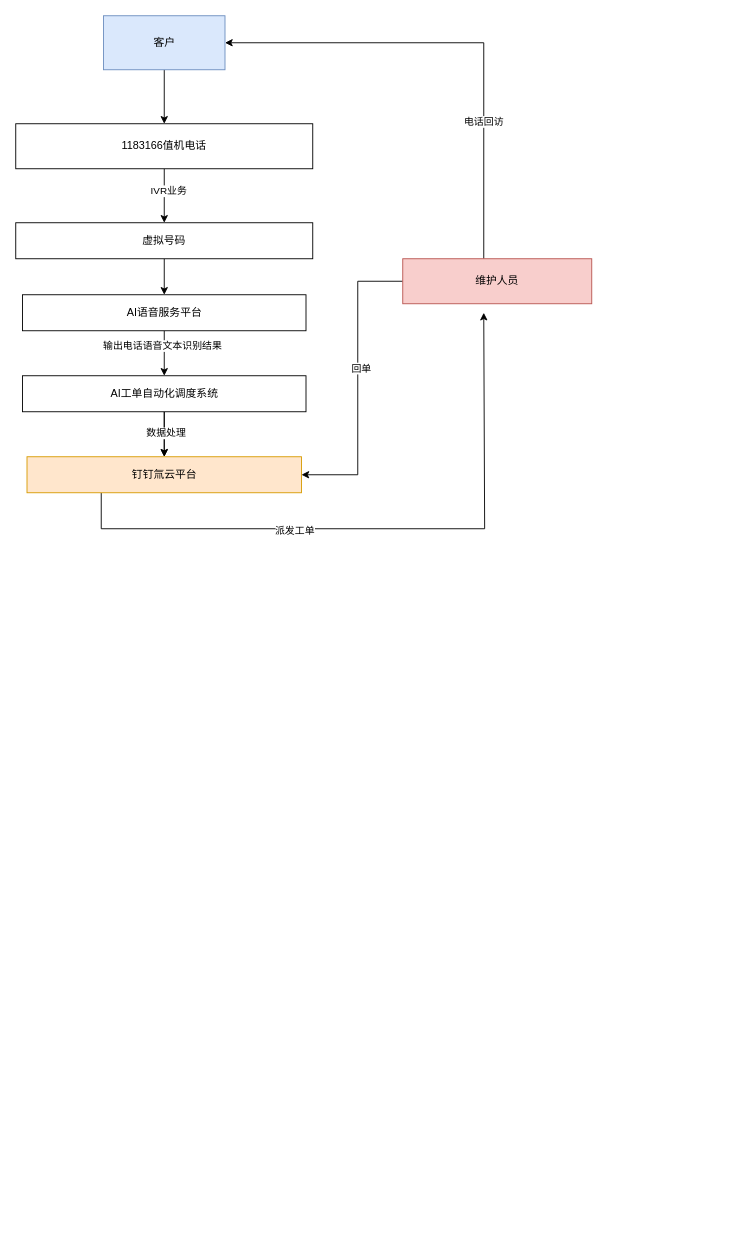
The draw.io diagram AI工单自动化调度系统.drawio in lvpv/atlas, before the edit. Source tidied: cells renumbered, new cells numbered last; positions are measured from the earlier drawing's top-left corner, leaving out a move shared by most shapes. Both pictures are drawn from the tidied source at 90%, with x=0, y=0 at pixel (15, 15).
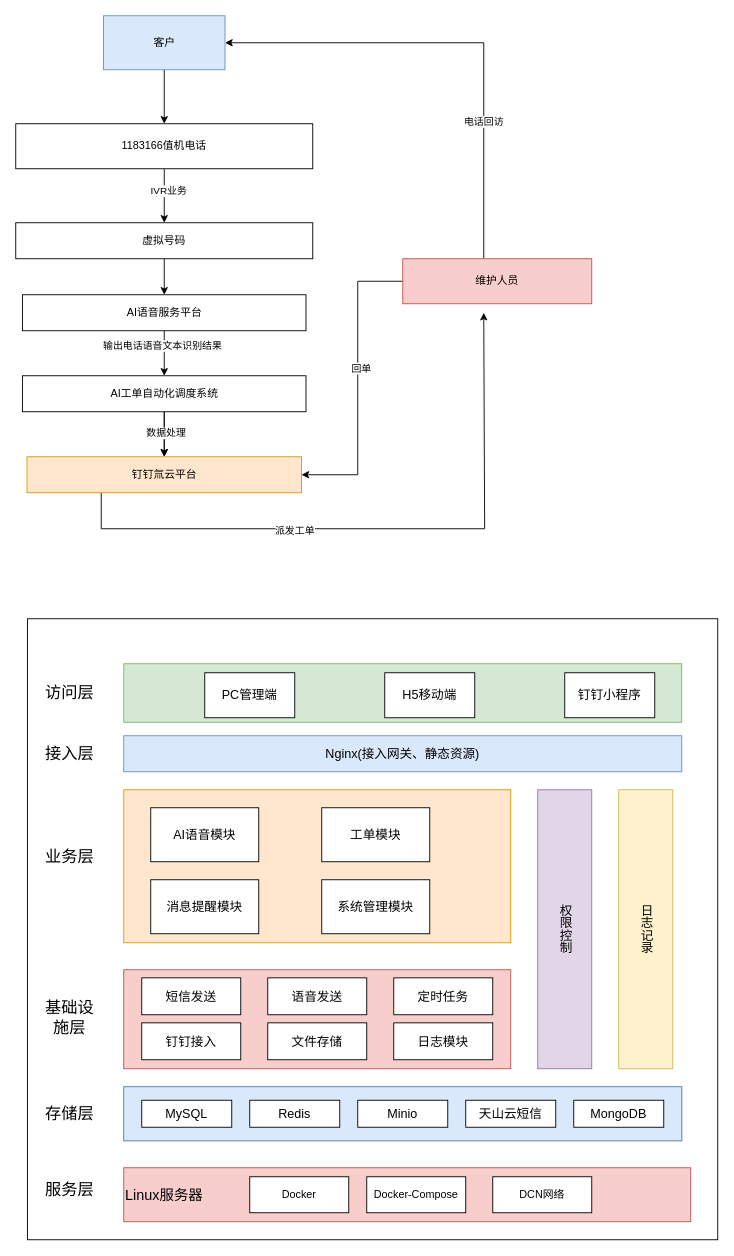
After the change.

Commit message:
更新AI工单自动化调度系统.drawio

What changed in the source:
```diff
@@
+    <mxCell id="24" style="rounded=0;whiteSpace=wrap;html=1;" parent="1" vertex="1">
+      <mxGeometry x="13" y="670" width="767" height="690" as="geometry" />
+    </mxCell>
@@
+    <mxCell id="25" style="rounded=0;whiteSpace=wrap;html=1;flipH=1;fillColor=#d5e8d4;strokeColor=#82b366;fontSize=14;" parent="1" vertex="1">
+      <mxGeometry x="120" y="720" width="620" height="65" as="geometry" />
+    </mxCell>
+    <mxCell id="26" value="PC管理端" style="rounded=0;whiteSpace=wrap;html=1;fontSize=14;" parent="1" vertex="1">
+      <mxGeometry x="210" y="730" width="100" height="50" as="geometry" />
+    </mxCell>
+    <mxCell id="27" value="H5移动端" style="rounded=0;whiteSpace=wrap;html=1;fontSize=14;" parent="1" vertex="1">
+      <mxGeometry x="410" y="730" width="100" height="50" as="geometry" />
+    </mxCell>
+    <mxCell id="28" value="钉钉小程序" style="rounded=0;whiteSpace=wrap;html=1;fontSize=14;" parent="1" vertex="1">
+      <mxGeometry x="610" y="730" width="100" height="50" as="geometry" />
+    </mxCell>
+    <mxCell id="29" value="Nginx(接入网关、静态资源)" style="rounded=0;whiteSpace=wrap;html=1;fillColor=#dae8fc;strokeColor=#6c8ebf;fontSize=14;" parent="1" vertex="1">
+      <mxGeometry x="120" y="800" width="620" height="40" as="geometry" />
+    </mxCell>
+    <mxCell id="30" style="rounded=0;whiteSpace=wrap;html=1;fillColor=#ffe6cc;strokeColor=#d79b00;fontSize=14;" parent="1" vertex="1">
+      <mxGeometry x="120" y="860" width="430" height="170" as="geometry" />
+    </mxCell>
+    <mxCell id="31" value="AI语音模块" style="rounded=0;whiteSpace=wrap;html=1;fontSize=14;" parent="1" vertex="1">
+      <mxGeometry x="150" y="880" width="120" height="60" as="geometry" />
+    </mxCell>
+    <mxCell id="32" value="工单模块" style="rounded=0;whiteSpace=wrap;html=1;fontSize=14;" parent="1" vertex="1">
+      <mxGeometry x="340" y="880" width="120" height="60" as="geometry" />
+    </mxCell>
+    <mxCell id="33" value="系统管理模块" style="rounded=0;whiteSpace=wrap;html=1;fontSize=14;" parent="1" vertex="1">
+      <mxGeometry x="340" y="960" width="120" height="60" as="geometry" />
+    </mxCell>
+    <mxCell id="34" value="消息提醒模块" style="rounded=0;whiteSpace=wrap;html=1;fontSize=14;" parent="1" vertex="1">
+      <mxGeometry x="150" y="960" width="120" height="60" as="geometry" />
+    </mxCell>
+    <mxCell id="35" style="rounded=0;whiteSpace=wrap;html=1;fillColor=#f8cecc;strokeColor=#b85450;fontSize=14;" parent="1" vertex="1">
+      <mxGeometry x="120" y="1060" width="430" height="110" as="geometry" />
+    </mxCell>
+    <mxCell id="36" value="短信发送" style="rounded=0;whiteSpace=wrap;html=1;fontSize=14;" parent="1" vertex="1">
+      <mxGeometry x="140" y="1069" width="110" height="41" as="geometry" />
+    </mxCell>
+    <mxCell id="37" value="语音发送" style="rounded=0;whiteSpace=wrap;html=1;fontSize=14;" parent="1" vertex="1">
+      <mxGeometry x="280" y="1069" width="110" height="41" as="geometry" />
+    </mxCell>
+    <mxCell id="38" value="定时任务" style="rounded=0;whiteSpace=wrap;html=1;fontSize=14;" parent="1" vertex="1">
+      <mxGeometry x="420" y="1069" width="110" height="41" as="geometry" />
+    </mxCell>
+    <mxCell id="39" value="钉钉接入" style="rounded=0;whiteSpace=wrap;html=1;fontSize=14;" parent="1" vertex="1">
+      <mxGeometry x="140" y="1119" width="110" height="41" as="geometry" />
+    </mxCell>
+    <mxCell id="40" value="文件存储" style="rounded=0;whiteSpace=wrap;html=1;fontSize=14;" parent="1" vertex="1">
+      <mxGeometry x="280" y="1119" width="110" height="41" as="geometry" />
+    </mxCell>
+    <mxCell id="41" value="日志模块" style="rounded=0;whiteSpace=wrap;html=1;fontSize=14;" parent="1" vertex="1">
+      <mxGeometry x="420" y="1119" width="110" height="41" as="geometry" />
+    </mxCell>
+    <mxCell id="42" value="权限控制" style="rounded=0;whiteSpace=wrap;html=1;fillColor=#e1d5e7;strokeColor=#9673a6;fontSize=14;textDirection=vertical-lr;" parent="1" vertex="1">
+      <mxGeometry x="580" y="860" width="60" height="310" as="geometry" />
+    </mxCell>
+    <mxCell id="43" value="日志记录" style="rounded=0;whiteSpace=wrap;html=1;fillColor=#fff2cc;strokeColor=#d6b656;fontSize=14;textDirection=vertical-lr;" parent="1" vertex="1">
+      <mxGeometry x="670" y="860" width="60" height="310" as="geometry" />
+    </mxCell>
+    <mxCell id="44" style="group;fontSize=14;fillColor=#dae8fc;strokeColor=#6c8ebf;" parent="1" vertex="1">
+      <mxGeometry x="120" y="1190" width="620" height="60" as="geometry" />
+    </mxCell>
+    <mxCell id="45" style="rounded=0;whiteSpace=wrap;html=1;fillColor=#dae8fc;strokeColor=#6c8ebf;fontSize=14;" parent="44" vertex="1">
+      <mxGeometry width="620" height="60" as="geometry" />
+    </mxCell>
+    <mxCell id="46" value="MySQL" style="rounded=0;whiteSpace=wrap;html=1;fontSize=14;" parent="44" vertex="1">
+      <mxGeometry x="20" y="15" width="100" height="30" as="geometry" />
+    </mxCell>
+    <mxCell id="47" value="Redis" style="rounded=0;whiteSpace=wrap;html=1;fontSize=14;" parent="44" vertex="1">
+      <mxGeometry x="140" y="15" width="100" height="30" as="geometry" />
+    </mxCell>
+    <mxCell id="48" value="Minio" style="rounded=0;whiteSpace=wrap;html=1;fontSize=14;" parent="44" vertex="1">
+      <mxGeometry x="260" y="15" width="100" height="30" as="geometry" />
+    </mxCell>
+    <mxCell id="49" value="天山云短信" style="rounded=0;whiteSpace=wrap;html=1;fontSize=14;" parent="44" vertex="1">
+      <mxGeometry x="380" y="15" width="100" height="30" as="geometry" />
+    </mxCell>
+    <mxCell id="50" value="MongoDB" style="rounded=0;whiteSpace=wrap;html=1;fontSize=14;" parent="44" vertex="1">
+      <mxGeometry x="500" y="15" width="100" height="30" as="geometry" />
+    </mxCell>
+    <mxCell id="51" value="访问层" style="text;html=1;align=center;verticalAlign=middle;whiteSpace=wrap;rounded=0;fontSize=18;" parent="1" vertex="1">
+      <mxGeometry x="30" y="737.5" width="60" height="30" as="geometry" />
+    </mxCell>
+    <mxCell id="52" value="接入层" style="text;html=1;align=center;verticalAlign=middle;whiteSpace=wrap;rounded=0;fontSize=18;" parent="1" vertex="1">
+      <mxGeometry x="30" y="805" width="60" height="30" as="geometry" />
+    </mxCell>
+    <mxCell id="53" value="业务层" style="text;html=1;align=center;verticalAlign=middle;whiteSpace=wrap;rounded=0;fontSize=18;" parent="1" vertex="1">
+      <mxGeometry x="30" y="920" width="60" height="30" as="geometry" />
+    </mxCell>
+    <mxCell id="54" value="基础设施层" style="text;html=1;align=center;verticalAlign=middle;whiteSpace=wrap;rounded=0;fontSize=18;" parent="1" vertex="1">
+      <mxGeometry x="30" y="1099" width="60" height="30" as="geometry" />
+    </mxCell>
+    <mxCell id="55" value="存储层" style="text;html=1;align=center;verticalAlign=middle;whiteSpace=wrap;rounded=0;fontSize=18;" parent="1" vertex="1">
+      <mxGeometry x="30" y="1205" width="60" height="30" as="geometry" />
+    </mxCell>
+    <mxCell id="56" value="Linux服务器" style="rounded=0;whiteSpace=wrap;html=1;fillColor=#f8cecc;strokeColor=#b85450;align=left;fontSize=16;" parent="1" vertex="1">
+      <mxGeometry x="120" y="1280" width="630" height="60" as="geometry" />
+    </mxCell>
+    <mxCell id="57" value="服务层" style="text;html=1;align=center;verticalAlign=middle;whiteSpace=wrap;rounded=0;fontSize=18;" parent="1" vertex="1">
+      <mxGeometry x="30" y="1290" width="60" height="30" as="geometry" />
+    </mxCell>
+    <mxCell id="58" value="Docker" style="rounded=0;whiteSpace=wrap;html=1;" parent="1" vertex="1">
+      <mxGeometry x="260" y="1290" width="110" height="40" as="geometry" />
+    </mxCell>
+    <mxCell id="59" value="Docker-Compose" style="rounded=0;whiteSpace=wrap;html=1;" parent="1" vertex="1">
+      <mxGeometry x="390" y="1290" width="110" height="40" as="geometry" />
+    </mxCell>
+    <mxCell id="60" value="DCN网络" style="rounded=0;whiteSpace=wrap;html=1;" parent="1" vertex="1">
+      <mxGeometry x="530" y="1290" width="110" height="40" as="geometry" />
+    </mxCell>
```
